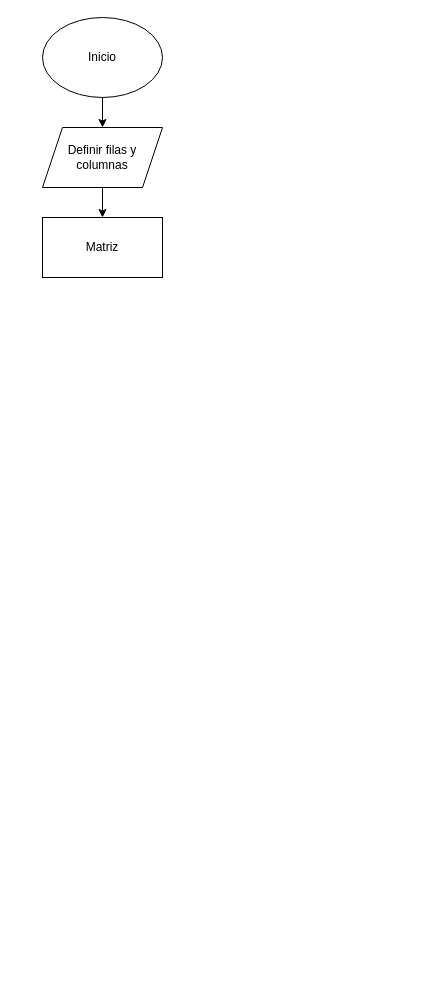
Above: Untitled Diagram.drawio in isra2626/Buscaminas-loco (draw.io), before the change. Source tidied: cells renumbered, new cells numbered last; positions are measured from the earlier drawing's top-left corner, leaving out a move shared by most shapes. Both pictures are drawn from the tidied source at 100%, with x=0, y=0 at pixel (42, 17).
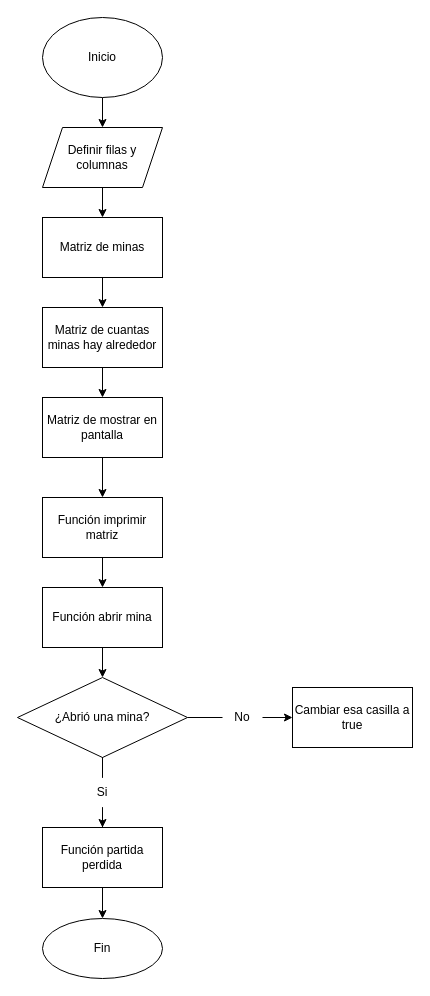
The same diagram, later.

Change to the diagram source:
```diff
@@
+    <mxCell id="7" style="edgeStyle=orthogonalEdgeStyle;rounded=0;jettySize=auto;html=1;" parent="1" edge="1" source="6" target="9">
+      <mxGeometry relative="1" as="geometry" />
+    </mxCell>
-    <mxCell id="6" value="Matriz" style="rounded=0;whiteSpace=wrap;html=1;" parent="1" vertex="1">
+    <mxCell id="6" value="Matriz de minas" style="rounded=0;whiteSpace=wrap;html=1;" parent="1" vertex="1">
       <mxGeometry y="200" width="120" height="60" as="geometry" />
     </mxCell>
+    <mxCell id="8" style="edgeStyle=orthogonalEdgeStyle;rounded=0;jettySize=auto;html=1;" parent="1" edge="1" source="9" target="11">
+      <mxGeometry relative="1" as="geometry" />
+    </mxCell>
+    <mxCell id="9" value="Matriz de cuantas minas hay alrededor" style="whiteSpace=wrap;html=1;rounded=0;" parent="1" vertex="1">
+      <mxGeometry y="290" width="120" height="60" as="geometry" />
+    </mxCell>
+    <mxCell id="10" style="edgeStyle=orthogonalEdgeStyle;rounded=0;jettySize=auto;html=1;" parent="1" edge="1" source="11" target="18">
+      <mxGeometry relative="1" as="geometry" />
+    </mxCell>
+    <mxCell id="11" value="Matriz de mostrar en pantalla" style="whiteSpace=wrap;html=1;rounded=0;" parent="1" vertex="1">
+      <mxGeometry y="380" width="120" height="60" as="geometry" />
+    </mxCell>
+    <mxCell id="12" style="edgeStyle=orthogonalEdgeStyle;rounded=0;jettySize=auto;html=1;" parent="1" edge="1" source="13" target="16">
+      <mxGeometry relative="1" as="geometry" />
+    </mxCell>
+    <mxCell id="13" value="Función abrir mina" style="whiteSpace=wrap;html=1;rounded=0;" parent="1" vertex="1">
+      <mxGeometry y="570" width="120" height="60" as="geometry" />
+    </mxCell>
+    <mxCell id="14" style="edgeStyle=orthogonalEdgeStyle;rounded=0;jettySize=auto;html=1;startArrow=none;" parent="1" edge="1" source="21" target="20">
+      <mxGeometry relative="1" as="geometry" />
+    </mxCell>
+    <mxCell id="15" style="edgeStyle=orthogonalEdgeStyle;rounded=0;jettySize=auto;html=1;startArrow=none;" parent="1" edge="1" source="25" target="24">
+      <mxGeometry relative="1" as="geometry" />
+    </mxCell>
+    <mxCell id="16" value="¿Abrió una mina?" style="rhombus;whiteSpace=wrap;html=1;rounded=0;" parent="1" vertex="1">
+      <mxGeometry x="-25" y="660" width="170" height="80" as="geometry" />
+    </mxCell>
+    <mxCell id="17" style="edgeStyle=orthogonalEdgeStyle;rounded=0;jettySize=auto;html=1;" parent="1" edge="1" source="18" target="13">
+      <mxGeometry relative="1" as="geometry" />
+    </mxCell>
+    <mxCell id="18" value="Función imprimir matriz" style="rounded=0;whiteSpace=wrap;html=1;" parent="1" vertex="1">
+      <mxGeometry y="480" width="120" height="60" as="geometry" />
+    </mxCell>
+    <mxCell id="19" style="edgeStyle=orthogonalEdgeStyle;rounded=0;jettySize=auto;html=1;" parent="1" edge="1" source="20" target="23">
+      <mxGeometry relative="1" as="geometry" />
+    </mxCell>
+    <mxCell id="20" value="Función partida perdida" style="whiteSpace=wrap;html=1;rounded=0;" parent="1" vertex="1">
+      <mxGeometry y="810" width="120" height="60" as="geometry" />
+    </mxCell>
+    <mxCell id="21" value="Si" style="text;html=1;strokeColor=none;fillColor=none;align=center;verticalAlign=middle;whiteSpace=wrap;rounded=0;" parent="1" vertex="1">
+      <mxGeometry x="30" y="760" width="60" height="30" as="geometry" />
+    </mxCell>
+    <mxCell id="22" style="edgeStyle=orthogonalEdgeStyle;rounded=0;jettySize=auto;html=1;endArrow=none;" parent="1" edge="1" source="16" target="21">
+      <mxGeometry relative="1" as="geometry" />
+    </mxCell>
+    <mxCell id="23" value="Fin" style="ellipse;whiteSpace=wrap;html=1;rounded=0;" parent="1" vertex="1">
+      <mxGeometry y="901" width="120" height="60" as="geometry" />
+    </mxCell>
+    <mxCell id="24" value="Cambiar esa casilla a true" style="whiteSpace=wrap;html=1;rounded=0;" parent="1" vertex="1">
+      <mxGeometry x="250" y="670" width="120" height="60" as="geometry" />
+    </mxCell>
+    <mxCell id="25" value="No" style="text;html=1;strokeColor=none;fillColor=none;align=center;verticalAlign=middle;whiteSpace=wrap;rounded=0;" parent="1" vertex="1">
+      <mxGeometry x="180" y="685" width="40" height="30" as="geometry" />
+    </mxCell>
+    <mxCell id="26" style="edgeStyle=orthogonalEdgeStyle;rounded=0;jettySize=auto;html=1;endArrow=none;" parent="1" edge="1" source="16" target="25">
+      <mxGeometry relative="1" as="geometry" />
+    </mxCell>
```
